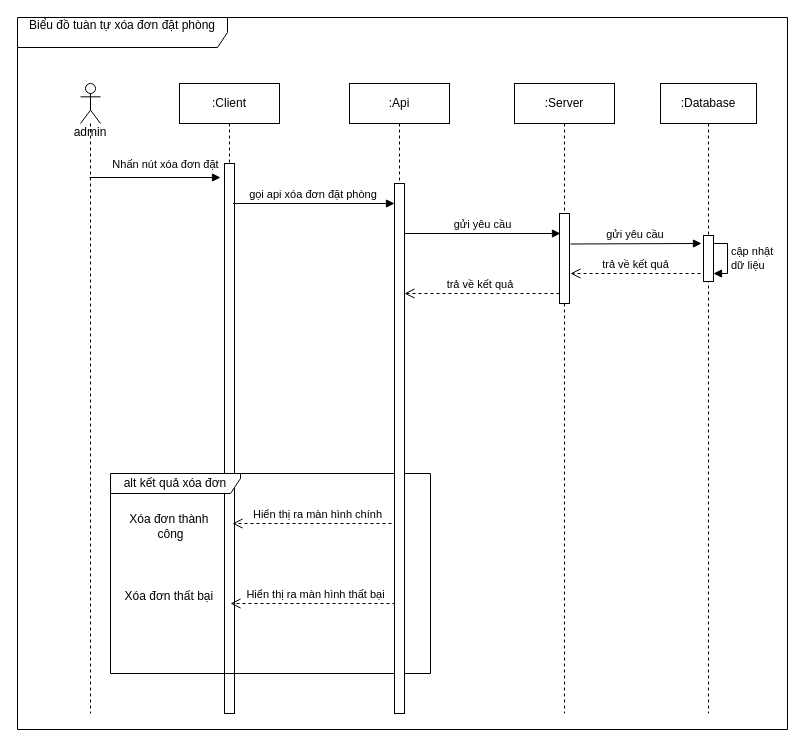
This is Dung~/xoadondatphong.drawio from KMA-TTCS-Nhom32/documents, a draw.io file, before an edit. Source tidied: cells renumbered, new cells numbered last; positions are measured from the earlier drawing's top-left corner, leaving out a move shared by most shapes. Both pictures are drawn from the tidied source at 100%, with x=0, y=0 at pixel (17, 17).
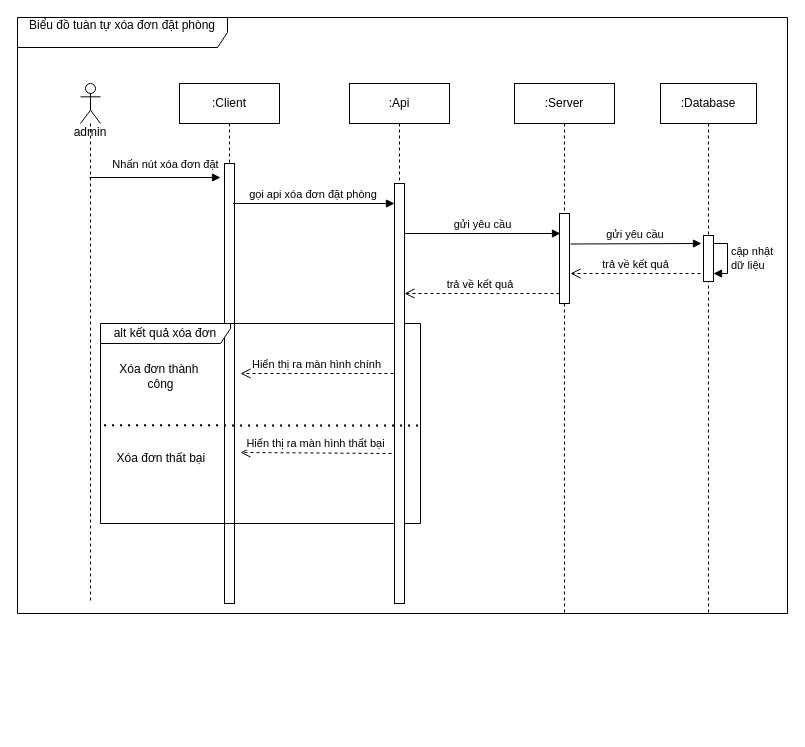
Above is the later version.

Commit message:
Cập nhật xoadondatphong.drawio

Diff of the diagram source:
```diff
@@
     <mxCell id="2" value="&lt;div&gt;&lt;br&gt;&lt;/div&gt;&lt;div&gt;&lt;br&gt;&lt;/div&gt;&lt;div&gt;&lt;br&gt;&lt;/div&gt;&lt;div&gt;&lt;br&gt;&lt;/div&gt;&lt;div&gt;&lt;span style=&quot;background-color: initial;&quot;&gt;&lt;br&gt;&lt;/span&gt;&lt;/div&gt;&lt;div&gt;&lt;span style=&quot;background-color: initial;&quot;&gt;admin&lt;/span&gt;&lt;/div&gt;&lt;div&gt;&lt;br&gt;&lt;/div&gt;" style="shape=umlLifeline;perimeter=lifelinePerimeter;whiteSpace=wrap;html=1;newEdgeStyle={&quot;curved&quot;:0,&quot;rounded&quot;:0};participant=umlActor;size=40;" parent="1" vertex="1">
-      <mxGeometry x="63" y="66" width="20" height="630" as="geometry" />
+      <mxGeometry x="63" y="66" width="20" height="520" as="geometry" />
     </mxCell>
     <mxCell id="3" value=":Client" style="shape=umlLifeline;perimeter=lifelinePerimeter;whiteSpace=wrap;html=1;newEdgeStyle={&quot;curved&quot;:0,&quot;rounded&quot;:0};" parent="1" vertex="1">
-      <mxGeometry x="162" y="66" width="100" height="630" as="geometry" />
+      <mxGeometry x="162" y="66" width="100" height="520" as="geometry" />
     </mxCell>
     <mxCell id="4" style="html=1;perimeter=orthogonalPerimeter;targetShapes=umlLifeline;newEdgeStyle={&quot;curved&quot;:0,&quot;rounded&quot;:0};" parent="3" vertex="1">
-      <mxGeometry x="45" y="80" width="10" height="550" as="geometry" />
+      <mxGeometry x="45" y="80" width="10" height="440" as="geometry" />
     </mxCell>
     <mxCell id="5" value=":Api" style="shape=umlLifeline;perimeter=lifelinePerimeter;whiteSpace=wrap;html=1;newEdgeStyle={&quot;curved&quot;:0,&quot;rounded&quot;:0};" parent="1" vertex="1">
-      <mxGeometry x="332" y="66" width="100" height="580" as="geometry" />
+      <mxGeometry x="332" y="66" width="100" height="520" as="geometry" />
     </mxCell>
     <mxCell id="6" value=":Server" style="shape=umlLifeline;perimeter=lifelinePerimeter;whiteSpace=wrap;html=1;newEdgeStyle={&quot;curved&quot;:0,&quot;rounded&quot;:0};" parent="1" vertex="1">
-      <mxGeometry x="497" y="66" width="100" height="630" as="geometry" />
+      <mxGeometry x="497" y="66" width="100" height="530" as="geometry" />
     </mxCell>
@@
     <mxCell id="11" value="alt kết quả xóa đơn" style="shape=umlFrame;whiteSpace=wrap;html=1;width=130;height=20;" parent="1" vertex="1">
-      <mxGeometry x="93" y="456" width="320" height="200" as="geometry" />
+      <mxGeometry x="83" y="306" width="320" height="200" as="geometry" />
     </mxCell>
     <mxCell id="12" value="Hiển thị ra màn hình chính" style="html=1;verticalAlign=bottom;endArrow=open;dashed=1;endSize=8;curved=0;rounded=0;" parent="1" edge="1">
       <mxGeometry relative="1" as="geometry">
-        <mxPoint x="386" y="506" as="sourcePoint" />
-        <mxPoint x="215" y="506" as="targetPoint" />
+        <mxPoint x="376" y="356" as="sourcePoint" />
+        <mxPoint x="223" y="356" as="targetPoint" />
       </mxGeometry>
     </mxCell>
     <mxCell id="13" value="Hiển thị ra màn hình thất bại" style="html=1;verticalAlign=bottom;endArrow=open;dashed=1;endSize=8;curved=0;rounded=0;" parent="1" edge="1">
       <mxGeometry relative="1" as="geometry">
-        <mxPoint x="384" y="586" as="sourcePoint" />
-        <mxPoint x="213" y="586" as="targetPoint" />
+        <mxPoint x="374" y="436" as="sourcePoint" />
+        <mxPoint x="223" y="435" as="targetPoint" />
       </mxGeometry>
     </mxCell>
     <mxCell id="14" value="Xóa đơn thành&amp;nbsp;&lt;div&gt;công&lt;/div&gt;" style="text;html=1;align=center;verticalAlign=middle;strokeColor=none;fillColor=none;" parent="1" vertex="1">
-      <mxGeometry x="98" y="489" width="110" height="40" as="geometry" />
+      <mxGeometry x="88" y="339" width="110" height="40" as="geometry" />
     </mxCell>
     <mxCell id="15" value="&amp;nbsp; &amp;nbsp; &amp;nbsp; &amp;nbsp; &amp;nbsp; &amp;nbsp; &amp;nbsp; &amp;nbsp; &amp;nbsp; &amp;nbsp; &amp;nbsp; &amp;nbsp; &amp;nbsp; Xóa đơn thất bại" style="text;html=1;align=center;verticalAlign=middle;strokeColor=none;fillColor=none;" parent="1" vertex="1">
-      <mxGeometry x="8" y="564" width="200" height="30" as="geometry" />
+      <mxGeometry y="426" width="200" height="30" as="geometry" />
     </mxCell>
     <mxCell id="16" value=":Database" style="shape=umlLifeline;perimeter=lifelinePerimeter;whiteSpace=wrap;html=1;newEdgeStyle={&quot;curved&quot;:0,&quot;rounded&quot;:0};" parent="1" vertex="1">
-      <mxGeometry x="643" y="66" width="96" height="630" as="geometry" />
+      <mxGeometry x="643" y="66" width="96" height="530" as="geometry" />
     </mxCell>
@@
     <mxCell id="21" value="Biểu đồ tuàn tự xóa đơn đặt phòng&lt;div&gt;&lt;br&gt;&lt;/div&gt;" style="shape=umlFrame;whiteSpace=wrap;html=1;width=210;height=30;" parent="1" vertex="1">
-      <mxGeometry width="770" height="712" as="geometry" />
+      <mxGeometry width="770" height="596" as="geometry" />
     </mxCell>
     <mxCell id="22" style="html=1;perimeter=orthogonalPerimeter;targetShapes=umlLifeline;newEdgeStyle={&quot;curved&quot;:0,&quot;rounded&quot;:0};" parent="1" vertex="1">
-      <mxGeometry x="377" y="166" width="10" height="530" as="geometry" />
+      <mxGeometry x="377" y="166" width="10" height="420" as="geometry" />
     </mxCell>
@@
+    <mxCell id="24" style="endArrow=none;dashed=1;html=1;dashPattern=1 3;strokeWidth=2;rounded=0;exitX=0.011;exitY=0.509;exitDx=0;exitDy=0;exitPerimeter=0;" parent="1" edge="1" source="11">
+      <mxGeometry relative="1" as="geometry">
+        <mxPoint x="403" y="408" as="targetPoint" />
+      </mxGeometry>
+    </mxCell>
```
